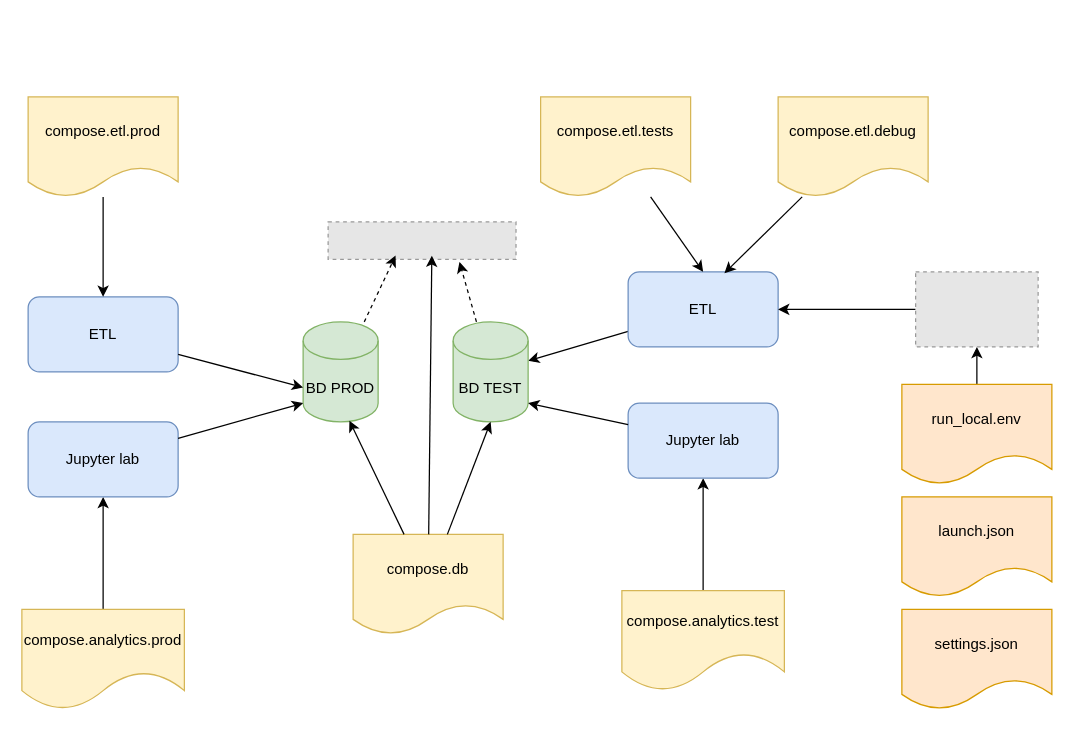
This is page "Development strategy" (3 of 6) of diagrams/diagrams.dio from cperezh/DataEng_Patterns, a draw.io file, before an edit. Source tidied: cells renumbered, new cells numbered last; positions are measured from the earlier drawing's top-left corner, leaving out a move shared by most shapes. Both pictures are drawn from the tidied source at 125%, with x=0, y=0 at pixel (21, 96). Pictures stored in the file or linked from it are replaced by grey dashed boxes.
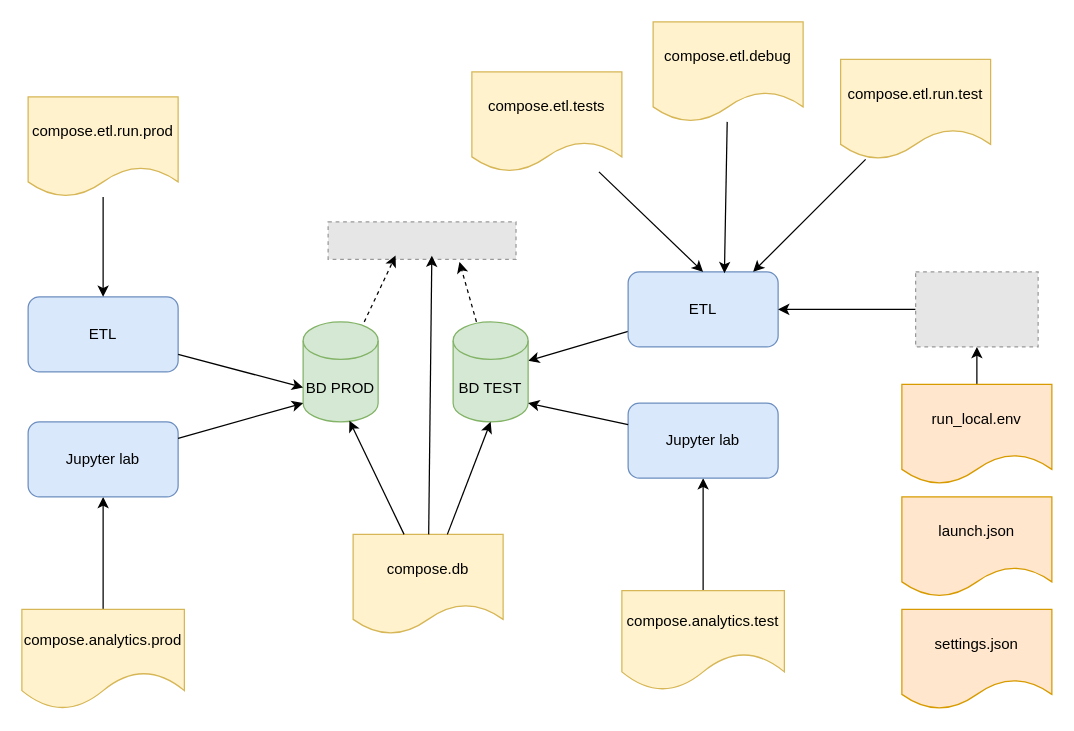
After the change.

The change refers to these unchanged cells:
```xml
<mxCell id="10" value="ETL" style="rounded=1;whiteSpace=wrap;html=1;fillColor=#dae8fc;strokeColor=#6c8ebf;" parent="1" vertex="1">
  <mxGeometry x="485" y="140" width="120" height="60" as="geometry" />
</mxCell>
```

What changed in the source:
```diff
@@
-    <mxCell id="8" value="compose.etl.prod" style="shape=document;whiteSpace=wrap;html=1;boundedLbl=1;fillColor=#fff2cc;strokeColor=#d6b656;" parent="1" vertex="1">
+    <mxCell id="8" value="compose.etl.run.prod" style="shape=document;whiteSpace=wrap;html=1;boundedLbl=1;fillColor=#fff2cc;strokeColor=#d6b656;" parent="1" vertex="1">
       <mxGeometry x="5" width="120" height="80" as="geometry" />
     </mxCell>
@@
     <mxCell id="13" value="compose.etl.tests" style="shape=document;whiteSpace=wrap;html=1;boundedLbl=1;fillColor=#fff2cc;strokeColor=#d6b656;" parent="1" vertex="1">
-      <mxGeometry x="415" width="120" height="80" as="geometry" />
+      <mxGeometry x="360" y="-20" width="120" height="80" as="geometry" />
     </mxCell>
     <mxCell id="14" value="compose.etl.debug" style="shape=document;whiteSpace=wrap;html=1;boundedLbl=1;fillColor=#fff2cc;strokeColor=#d6b656;" parent="1" vertex="1">
-      <mxGeometry x="605" width="120" height="80" as="geometry" />
+      <mxGeometry x="505" y="-60" width="120" height="80" as="geometry" />
     </mxCell>
@@
+    <mxCell id="35" value="compose.etl.run.test" style="shape=document;whiteSpace=wrap;html=1;boundedLbl=1;fillColor=#fff2cc;strokeColor=#d6b656;" parent="1" vertex="1">
+      <mxGeometry x="655" y="-30" width="120" height="80" as="geometry" />
+    </mxCell>
+    <mxCell id="36" style="edgeStyle=none;html=1;entryX=0.833;entryY=0;entryDx=0;entryDy=0;entryPerimeter=0;" parent="1" edge="1" source="35" target="10">
+      <mxGeometry relative="1" as="geometry" />
+    </mxCell>
```
